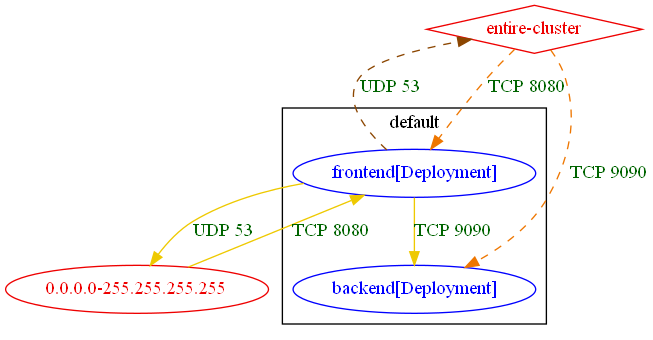
Before: test_outputs/connlist/exposure_test_minimal_netpol_analysis_exposure_output.dot.png, a diagram exported from Graphviz (np-guard/netpol-analyzer). Its source is kept beside it as test_outputs/connlist/exposure_test_minimal_netpol_analysis_exposure_output.dot.
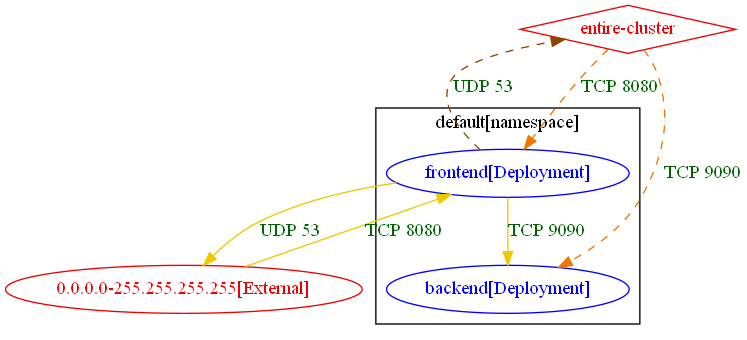
Later version of the same file.

What changed in the source:
```diff
@@ -1,15 +1,15 @@
 digraph {
-	subgraph "cluster_default" {
+	subgraph "cluster_default[namespace]" {
 		color="black"
 		fontcolor="black"
 		"default/backend[Deployment]" [label="backend[Deployment]" color="blue" fontcolor="blue"]
 		"default/frontend[Deployment]" [label="frontend[Deployment]" color="blue" fontcolor="blue"]
-		label="default"
+		label="default[namespace]"
 	}
-	"0.0.0.0-255.255.255.255" [label="0.0.0.0-255.255.255.255" color="red2" fontcolor="red2"]
+	"0.0.0.0-255.255.255.255[External]" [label="0.0.0.0-255.255.255.255[External]" color="red2" fontcolor="red2"]
 	"entire-cluster" [label="entire-cluster" color="red2" fontcolor="red2" shape=diamond]
-	"0.0.0.0-255.255.255.255" -> "default/frontend[Deployment]" [label="TCP 8080" color="gold2" fontcolor="darkgreen" weight=0.5]
-	"default/frontend[Deployment]" -> "0.0.0.0-255.255.255.255" [label="UDP 53" color="gold2" fontcolor="darkgreen" weight=1]
+	"0.0.0.0-255.255.255.255[External]" -> "default/frontend[Deployment]" [label="TCP 8080" color="gold2" fontcolor="darkgreen" weight=0.5]
+	"default/frontend[Deployment]" -> "0.0.0.0-255.255.255.255[External]" [label="UDP 53" color="gold2" fontcolor="darkgreen" weight=1]
 	"default/frontend[Deployment]" -> "default/backend[Deployment]" [label="TCP 9090" color="gold2" fontcolor="darkgreen" weight=1]
 	"default/frontend[Deployment]" -> "entire-cluster" [label="UDP 53" color="darkorange4" fontcolor="darkgreen" weight=0.5 style=dashed]
 	"entire-cluster" -> "default/backend[Deployment]" [label="TCP 9090" color="darkorange2" fontcolor="darkgreen" weight=1 style=dashed]
```
